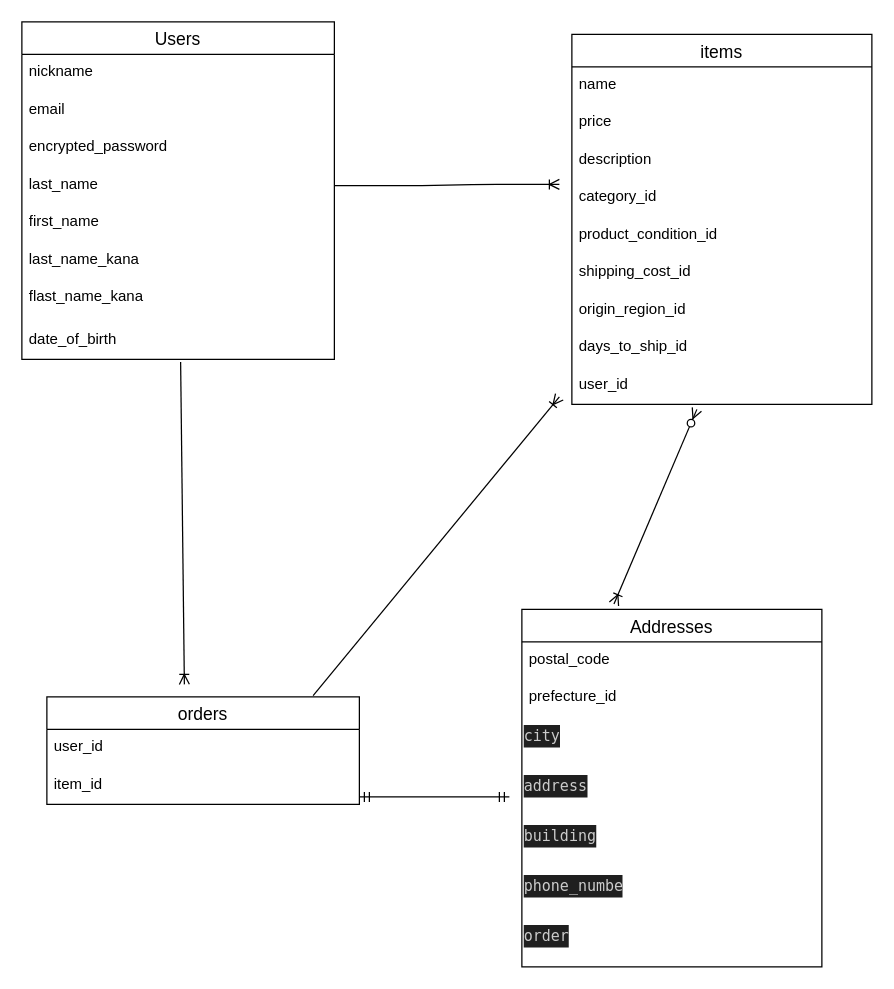
This is page "ページ1" (1 of 2) of app/views/test.dio from asoy1206upi/furima-39647, a draw.io file, before an edit. Source tidied: cells renumbered, new cells numbered last; positions are measured from the earlier drawing's top-left corner, leaving out a move shared by most shapes. Both pictures are drawn from the tidied source at 125%, with x=0, y=0 at pixel (21, 21).
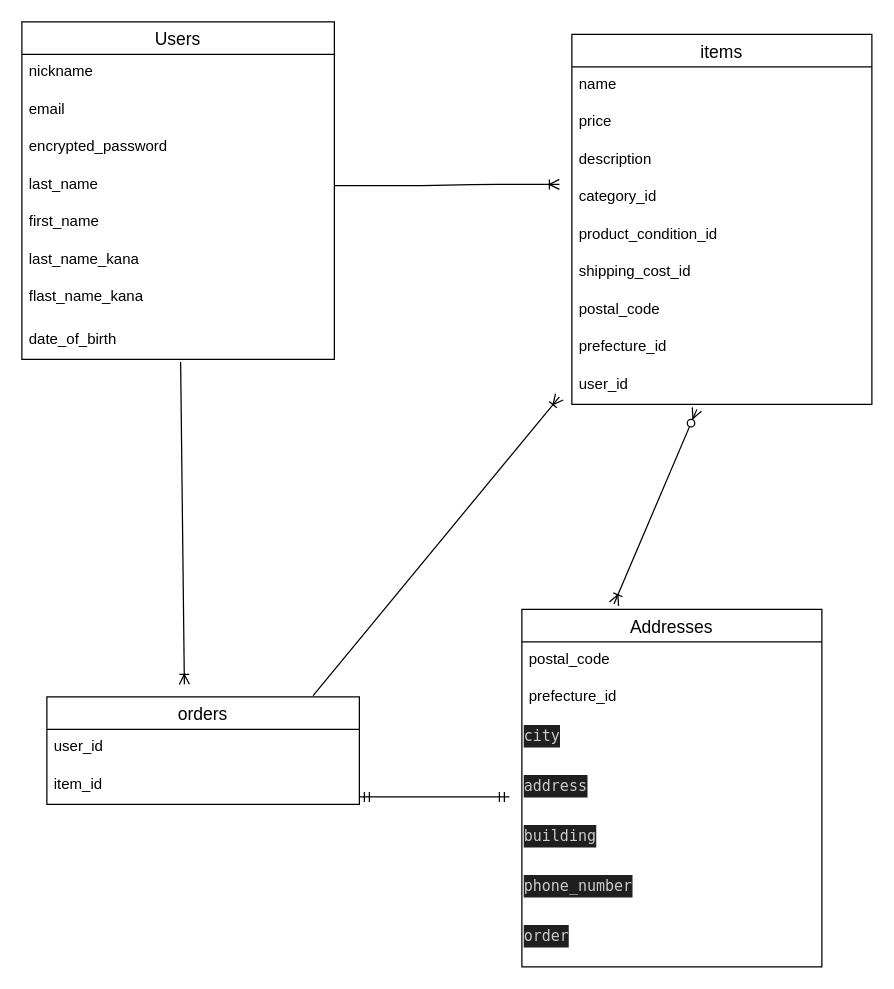
Above is the later version.

Commit message (it also covers changes not shown here):
ERスペルミス修正

The change refers to these unchanged cells:
```xml
<mxCell id="11" value="items" style="swimlane;fontStyle=0;horizontal=1;startSize=26;align=center;fontSize=14;" parent="1" vertex="1">
  <mxGeometry x="440" y="10" width="240" height="296" as="geometry" />
</mxCell>
<mxCell id="22" value="Addresses" style="swimlane;fontStyle=0;horizontal=1;startSize=26;align=center;fontSize=14;" parent="1" vertex="1">
  <mxGeometry x="400" y="470" width="240" height="286" as="geometry" />
</mxCell>
```

What changed in the source:
```diff
@@
-    <mxCell id="18" value="origin_region_id" style="text;strokeColor=none;fillColor=none;spacingLeft=4;spacingRight=4;overflow=hidden;fontSize=12;" parent="11" vertex="1">
+    <mxCell id="18" value="postal_code" style="text;strokeColor=none;fillColor=none;spacingLeft=4;spacingRight=4;overflow=hidden;fontSize=12;" parent="11" vertex="1">
       <mxGeometry y="206" width="240" height="30" as="geometry" />
     </mxCell>
-    <mxCell id="19" value="days_to_ship_id" style="text;strokeColor=none;fillColor=none;spacingLeft=4;spacingRight=4;overflow=hidden;fontSize=12;" parent="11" vertex="1">
+    <mxCell id="19" value="prefecture_id" style="text;strokeColor=none;fillColor=none;spacingLeft=4;spacingRight=4;overflow=hidden;fontSize=12;" parent="11" vertex="1">
       <mxGeometry y="236" width="240" height="30" as="geometry" />
     </mxCell>
@@
-    <mxCell id="28" value="&lt;div style=&quot;color: rgb(204, 204, 204); background-color: rgb(31, 31, 31); font-family: Menlo, Monaco, &amp;quot;Courier New&amp;quot;, monospace; font-weight: normal; font-size: 12px; line-height: 18px;&quot;&gt;&lt;div style=&quot;line-height: 18px;&quot;&gt;&lt;div style=&quot;line-height: 18px;&quot;&gt;&lt;div style=&quot;line-height: 18px;&quot;&gt;phone_numbe&lt;/div&gt;&lt;/div&gt;&lt;/div&gt;&lt;/div&gt;" style="text;whiteSpace=wrap;html=1;" parent="22" vertex="1">
+    <mxCell id="28" value="&lt;div style=&quot;color: rgb(204, 204, 204); background-color: rgb(31, 31, 31); font-family: Menlo, Monaco, &amp;quot;Courier New&amp;quot;, monospace; font-weight: normal; font-size: 12px; line-height: 18px;&quot;&gt;&lt;div style=&quot;line-height: 18px;&quot;&gt;&lt;div style=&quot;line-height: 18px;&quot;&gt;&lt;div style=&quot;line-height: 18px;&quot;&gt;phone_number&lt;/div&gt;&lt;/div&gt;&lt;/div&gt;&lt;/div&gt;" style="text;whiteSpace=wrap;html=1;" parent="22" vertex="1">
       <mxGeometry y="206" width="240" height="40" as="geometry" />
     </mxCell>
```
